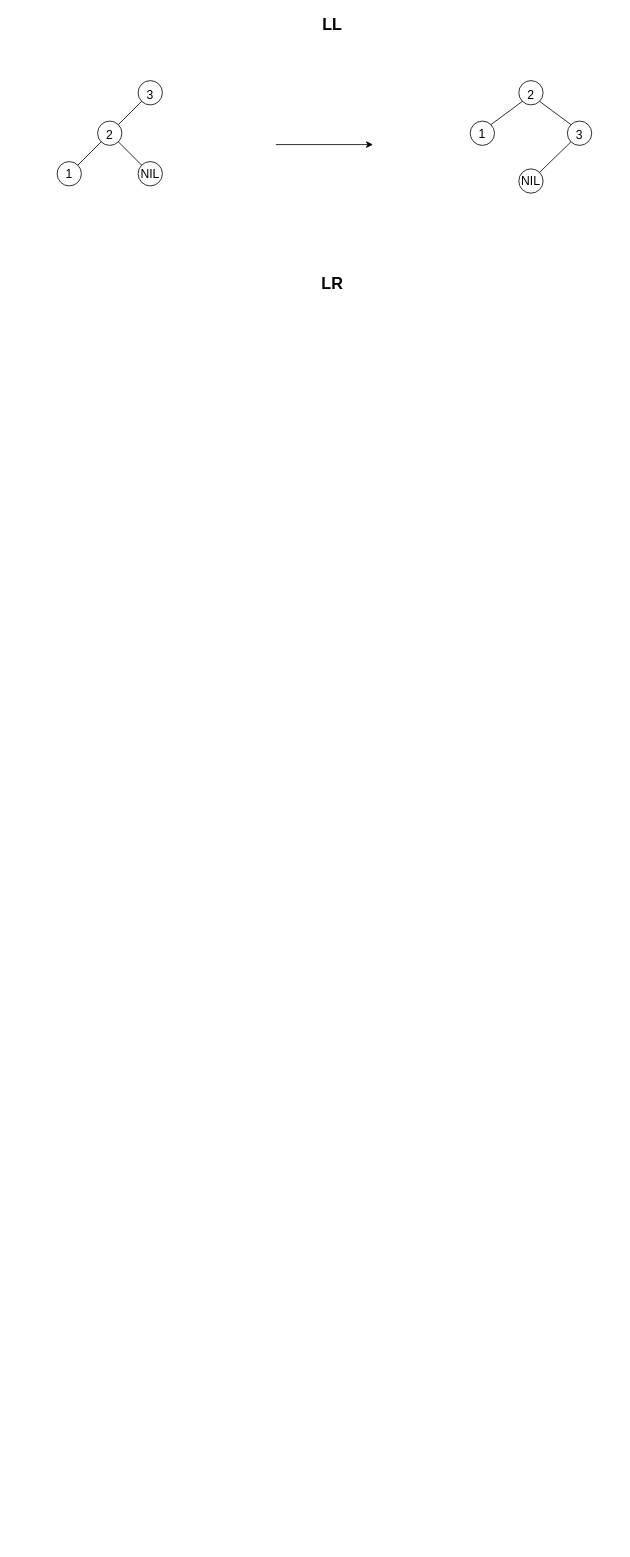
This is Tree/xml/AVL.drawio from mstao/data-structures, a draw.io file, before an edit. Source tidied: cells renumbered, new cells numbered last; positions are measured from the earlier drawing's top-left corner, leaving out a move shared by most shapes. Both pictures are drawn from the tidied source at 81%, with x=0, y=0 at pixel (57, 15).
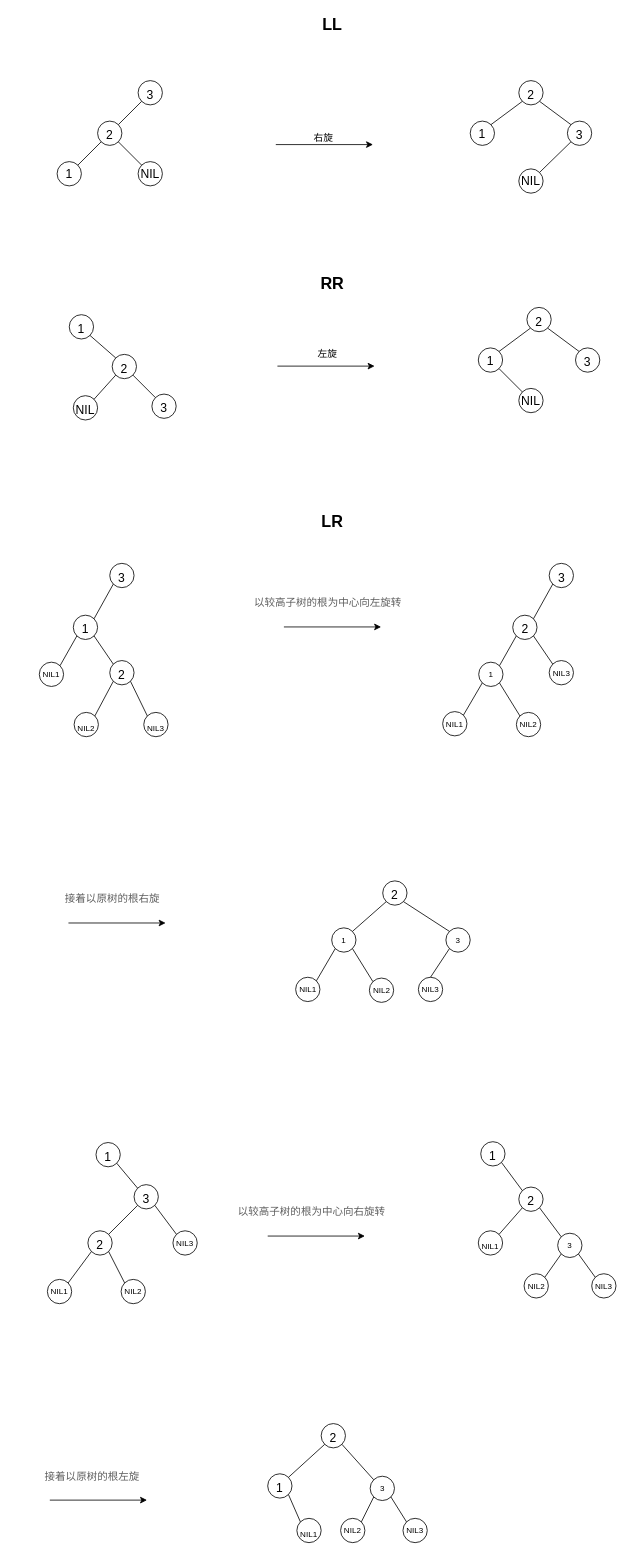
The same page after the edit.

The edit, as a diff of the source:
```diff
@@
-    <mxCell id="18" value="LR" style="text;html=1;strokeColor=none;fillColor=none;align=center;verticalAlign=middle;whiteSpace=wrap;rounded=0;fontSize=20;fontStyle=1;" parent="1" vertex="1">
+    <mxCell id="18" value="RR" style="text;html=1;strokeColor=none;fillColor=none;align=center;verticalAlign=middle;whiteSpace=wrap;rounded=0;fontSize=20;fontStyle=1;" parent="1" vertex="1">
       <mxGeometry x="320" y="320" width="40" height="20" as="geometry" />
     </mxCell>
+    <mxCell id="19" value="&lt;font style=&quot;font-size: 15px&quot;&gt;1&lt;/font&gt;" style="ellipse;whiteSpace=wrap;html=1;fontSize=20;" parent="1" vertex="1">
+      <mxGeometry x="15" y="369" width="30" height="30" as="geometry" />
+    </mxCell>
+    <mxCell id="20" value="&lt;font style=&quot;font-size: 15px&quot;&gt;2&lt;/font&gt;" style="ellipse;whiteSpace=wrap;html=1;fontSize=20;" parent="1" vertex="1">
+      <mxGeometry x="68" y="418" width="30" height="30" as="geometry" />
+    </mxCell>
+    <mxCell id="21" value="&lt;span style=&quot;font-size: 15px&quot;&gt;3&lt;/span&gt;" style="ellipse;whiteSpace=wrap;html=1;fontSize=20;" parent="1" vertex="1">
+      <mxGeometry x="117" y="467" width="30" height="30" as="geometry" />
+    </mxCell>
+    <mxCell id="22" style="endArrow=none;html=1;exitX=1;exitY=1;exitDx=0;exitDy=0;entryX=0;entryY=0;entryDx=0;entryDy=0;" parent="1" edge="1" source="19" target="20">
+      <mxGeometry relative="1" as="geometry" />
+    </mxCell>
+    <mxCell id="23" style="endArrow=none;html=1;exitX=1;exitY=1;exitDx=0;exitDy=0;entryX=0;entryY=0;entryDx=0;entryDy=0;" parent="1" edge="1" source="20" target="21">
+      <mxGeometry relative="1" as="geometry" />
+    </mxCell>
+    <mxCell id="24" value="&lt;font style=&quot;font-size: 15px&quot;&gt;NIL&lt;/font&gt;" style="ellipse;whiteSpace=wrap;html=1;fontSize=20;" parent="1" vertex="1">
+      <mxGeometry x="20" y="469" width="30" height="30" as="geometry" />
+    </mxCell>
+    <mxCell id="25" style="endArrow=none;html=1;exitX=0;exitY=1;exitDx=0;exitDy=0;entryX=1;entryY=0;entryDx=0;entryDy=0;" parent="1" edge="1" source="20" target="24">
+      <mxGeometry relative="1" as="geometry" />
+    </mxCell>
+    <mxCell id="26" style="endArrow=classic;html=1;fontSize=20;" parent="1" edge="1">
+      <mxGeometry relative="1" as="geometry">
+        <mxPoint x="272" y="432.5" as="sourcePoint" />
+        <mxPoint x="392" y="432.5" as="targetPoint" />
+      </mxGeometry>
+    </mxCell>
+    <mxCell id="27" value="&lt;font style=&quot;font-size: 15px&quot;&gt;2&lt;/font&gt;" style="ellipse;whiteSpace=wrap;html=1;fontSize=20;" parent="1" vertex="1">
+      <mxGeometry x="580" y="360" width="30" height="30" as="geometry" />
+    </mxCell>
+    <mxCell id="28" value="1" style="ellipse;whiteSpace=wrap;html=1;fontSize=15;" parent="1" vertex="1">
+      <mxGeometry x="520" y="410" width="30" height="30" as="geometry" />
+    </mxCell>
+    <mxCell id="29" value="&lt;font style=&quot;font-size: 15px&quot;&gt;3&lt;/font&gt;" style="ellipse;whiteSpace=wrap;html=1;fontSize=20;" parent="1" vertex="1">
+      <mxGeometry x="640" y="410" width="30" height="30" as="geometry" />
+    </mxCell>
+    <mxCell id="30" value="NIL" style="ellipse;whiteSpace=wrap;html=1;fontSize=15;" parent="1" vertex="1">
+      <mxGeometry x="570" y="460" width="30" height="30" as="geometry" />
+    </mxCell>
+    <mxCell id="31" style="endArrow=none;html=1;fontSize=15;exitX=0;exitY=1;exitDx=0;exitDy=0;entryX=1;entryY=0;entryDx=0;entryDy=0;" parent="1" edge="1" source="27" target="28">
+      <mxGeometry relative="1" as="geometry" />
+    </mxCell>
+    <mxCell id="32" style="endArrow=none;html=1;fontSize=15;exitX=1;exitY=1;exitDx=0;exitDy=0;entryX=0;entryY=0;entryDx=0;entryDy=0;" parent="1" edge="1" source="27" target="29">
+      <mxGeometry relative="1" as="geometry" />
+    </mxCell>
+    <mxCell id="33" style="endArrow=none;html=1;fontSize=15;exitX=1;exitY=1;exitDx=0;exitDy=0;entryX=0;entryY=0;entryDx=0;entryDy=0;" parent="1" edge="1" source="28" target="30">
+      <mxGeometry relative="1" as="geometry" />
+    </mxCell>
+    <mxCell id="34" value="LR" style="text;html=1;strokeColor=none;fillColor=none;align=center;verticalAlign=middle;whiteSpace=wrap;rounded=0;fontSize=20;fontStyle=1;" parent="1" vertex="1">
+      <mxGeometry x="320" y="614" width="40" height="20" as="geometry" />
+    </mxCell>
+    <mxCell id="35" value="&lt;font style=&quot;font-size: 15px&quot;&gt;3&lt;/font&gt;" style="ellipse;whiteSpace=wrap;html=1;fontSize=20;" parent="1" vertex="1">
+      <mxGeometry x="65" y="676" width="30" height="30" as="geometry" />
+    </mxCell>
+    <mxCell id="36" value="&lt;font style=&quot;font-size: 15px&quot;&gt;1&lt;/font&gt;" style="ellipse;whiteSpace=wrap;html=1;fontSize=20;" parent="1" vertex="1">
+      <mxGeometry x="20" y="740" width="30" height="30" as="geometry" />
+    </mxCell>
+    <mxCell id="37" value="&lt;font style=&quot;font-size: 15px&quot;&gt;2&lt;/font&gt;" style="ellipse;whiteSpace=wrap;html=1;fontSize=20;" parent="1" vertex="1">
+      <mxGeometry x="65" y="796" width="30" height="30" as="geometry" />
+    </mxCell>
+    <mxCell id="38" style="endArrow=none;html=1;exitX=1;exitY=0;exitDx=0;exitDy=0;entryX=0;entryY=1;entryDx=0;entryDy=0;" parent="1" edge="1" source="36" target="35">
+      <mxGeometry relative="1" as="geometry" />
+    </mxCell>
+    <mxCell id="39" style="endArrow=none;html=1;exitX=1;exitY=1;exitDx=0;exitDy=0;entryX=0;entryY=0;entryDx=0;entryDy=0;" parent="1" edge="1" source="36" target="37">
+      <mxGeometry relative="1" as="geometry" />
+    </mxCell>
+    <mxCell id="40" style="endArrow=classic;html=1;fontSize=20;" parent="1" edge="1">
+      <mxGeometry relative="1" as="geometry">
+        <mxPoint x="280" y="754.5" as="sourcePoint" />
+        <mxPoint x="400" y="754.5" as="targetPoint" />
+      </mxGeometry>
+    </mxCell>
+    <mxCell id="41" value="右旋" style="text;html=1;strokeColor=none;fillColor=none;align=center;verticalAlign=middle;whiteSpace=wrap;rounded=0;" parent="1" vertex="1">
+      <mxGeometry x="309" y="141" width="40" height="20" as="geometry" />
+    </mxCell>
+    <mxCell id="42" value="左旋" style="text;html=1;strokeColor=none;fillColor=none;align=center;verticalAlign=middle;whiteSpace=wrap;rounded=0;" parent="1" vertex="1">
+      <mxGeometry x="314" y="408" width="40" height="20" as="geometry" />
+    </mxCell>
+    <mxCell id="43" value="&lt;span style=&quot;font-size: 10px;&quot;&gt;NIL1&lt;/span&gt;" style="ellipse;whiteSpace=wrap;html=1;fontSize=10;" parent="1" vertex="1">
+      <mxGeometry x="-22" y="798" width="30" height="30" as="geometry" />
+    </mxCell>
+    <mxCell id="44" style="endArrow=none;html=1;exitX=0;exitY=1;exitDx=0;exitDy=0;entryX=1;entryY=0;entryDx=0;entryDy=0;" parent="1" edge="1" source="36" target="43">
+      <mxGeometry relative="1" as="geometry" />
+    </mxCell>
+    <mxCell id="45" value="&lt;font style=&quot;font-size: 10px&quot;&gt;NIL2&lt;/font&gt;" style="ellipse;whiteSpace=wrap;html=1;fontSize=20;" parent="1" vertex="1">
+      <mxGeometry x="21" y="860" width="30" height="30" as="geometry" />
+    </mxCell>
+    <mxCell id="46" value="&lt;font style=&quot;font-size: 10px&quot;&gt;NIL3&lt;/font&gt;" style="ellipse;whiteSpace=wrap;html=1;fontSize=20;" parent="1" vertex="1">
+      <mxGeometry x="107" y="860" width="30" height="30" as="geometry" />
+    </mxCell>
+    <mxCell id="47" style="endArrow=none;html=1;fontSize=10;exitX=0;exitY=1;exitDx=0;exitDy=0;entryX=1;entryY=0;entryDx=0;entryDy=0;" parent="1" edge="1" source="37" target="45">
+      <mxGeometry relative="1" as="geometry" />
+    </mxCell>
+    <mxCell id="48" style="endArrow=none;html=1;fontSize=10;exitX=1;exitY=1;exitDx=0;exitDy=0;entryX=0;entryY=0;entryDx=0;entryDy=0;" parent="1" edge="1" source="37" target="46">
+      <mxGeometry relative="1" as="geometry" />
+    </mxCell>
+    <mxCell id="49" value="&lt;span style=&quot;color: rgb(94 , 94 , 94) ; font-family: &amp;#34;verdana&amp;#34; , &amp;#34;helvetica&amp;#34; , &amp;#34;arial&amp;#34; ; font-size: 13px ; text-align: justify ; background-color: rgb(255 , 255 , 255)&quot;&gt;以较高子树的根为中心向左旋转&lt;/span&gt;" style="text;html=1;strokeColor=none;fillColor=none;align=center;verticalAlign=middle;whiteSpace=wrap;rounded=0;fontSize=10;" parent="1" vertex="1">
+      <mxGeometry x="237.5" y="706" width="193" height="36" as="geometry" />
+    </mxCell>
+    <mxCell id="50" value="&lt;font style=&quot;font-size: 15px&quot;&gt;3&lt;/font&gt;" style="ellipse;whiteSpace=wrap;html=1;fontSize=20;" parent="1" vertex="1">
+      <mxGeometry x="607.5" y="676" width="30" height="30" as="geometry" />
+    </mxCell>
+    <mxCell id="51" value="&lt;font style=&quot;font-size: 15px&quot;&gt;2&lt;/font&gt;" style="ellipse;whiteSpace=wrap;html=1;fontSize=20;" parent="1" vertex="1">
+      <mxGeometry x="562.5" y="740" width="30" height="30" as="geometry" />
+    </mxCell>
+    <mxCell id="52" value="&lt;span style=&quot;font-size: 10px;&quot;&gt;NIL3&lt;/span&gt;" style="ellipse;whiteSpace=wrap;html=1;fontSize=10;" parent="1" vertex="1">
+      <mxGeometry x="607.5" y="796" width="30" height="30" as="geometry" />
+    </mxCell>
+    <mxCell id="53" style="endArrow=none;html=1;exitX=1;exitY=0;exitDx=0;exitDy=0;entryX=0;entryY=1;entryDx=0;entryDy=0;" parent="1" edge="1" source="51" target="50">
+      <mxGeometry relative="1" as="geometry" />
+    </mxCell>
+    <mxCell id="54" style="endArrow=none;html=1;exitX=1;exitY=1;exitDx=0;exitDy=0;entryX=0;entryY=0;entryDx=0;entryDy=0;" parent="1" edge="1" source="51" target="52">
+      <mxGeometry relative="1" as="geometry" />
+    </mxCell>
+    <mxCell id="55" value="&lt;span style=&quot;font-size: 10px&quot;&gt;1&lt;/span&gt;" style="ellipse;whiteSpace=wrap;html=1;fontSize=10;" parent="1" vertex="1">
+      <mxGeometry x="520.5" y="798" width="30" height="30" as="geometry" />
+    </mxCell>
+    <mxCell id="56" style="endArrow=none;html=1;exitX=0;exitY=1;exitDx=0;exitDy=0;entryX=1;entryY=0;entryDx=0;entryDy=0;" parent="1" edge="1" source="51" target="55">
+      <mxGeometry relative="1" as="geometry" />
+    </mxCell>
+    <mxCell id="57" value="&lt;span style=&quot;font-size: 10px;&quot;&gt;NIL1&lt;/span&gt;" style="ellipse;whiteSpace=wrap;html=1;fontSize=10;" parent="1" vertex="1">
+      <mxGeometry x="476" y="859" width="30" height="30" as="geometry" />
+    </mxCell>
+    <mxCell id="58" value="NIL2" style="ellipse;whiteSpace=wrap;html=1;fontSize=10;" parent="1" vertex="1">
+      <mxGeometry x="567" y="860" width="30" height="30" as="geometry" />
+    </mxCell>
+    <mxCell id="59" style="endArrow=none;html=1;fontSize=10;exitX=0;exitY=1;exitDx=0;exitDy=0;entryX=1;entryY=0;entryDx=0;entryDy=0;" parent="1" edge="1" source="55" target="57">
+      <mxGeometry relative="1" as="geometry" />
+    </mxCell>
+    <mxCell id="60" style="endArrow=none;html=1;fontSize=10;exitX=1;exitY=1;exitDx=0;exitDy=0;entryX=0;entryY=0;entryDx=0;entryDy=0;" parent="1" edge="1" source="55" target="58">
+      <mxGeometry relative="1" as="geometry" />
+    </mxCell>
+    <mxCell id="61" value="&lt;font style=&quot;font-size: 15px&quot;&gt;2&lt;/font&gt;" style="ellipse;whiteSpace=wrap;html=1;fontSize=20;" parent="1" vertex="1">
+      <mxGeometry x="402" y="1068" width="30" height="30" as="geometry" />
+    </mxCell>
+    <mxCell id="62" value="&lt;span style=&quot;font-size: 10px&quot;&gt;3&lt;/span&gt;" style="ellipse;whiteSpace=wrap;html=1;fontSize=10;" parent="1" vertex="1">
+      <mxGeometry x="480" y="1126" width="30" height="30" as="geometry" />
+    </mxCell>
+    <mxCell id="63" style="endArrow=none;html=1;exitX=1;exitY=1;exitDx=0;exitDy=0;entryX=0;entryY=0;entryDx=0;entryDy=0;" parent="1" edge="1" source="61" target="62">
+      <mxGeometry relative="1" as="geometry" />
+    </mxCell>
+    <mxCell id="64" value="&lt;span style=&quot;font-size: 10px&quot;&gt;1&lt;/span&gt;" style="ellipse;whiteSpace=wrap;html=1;fontSize=10;" parent="1" vertex="1">
+      <mxGeometry x="339" y="1126" width="30" height="30" as="geometry" />
+    </mxCell>
+    <mxCell id="65" style="endArrow=none;html=1;exitX=0;exitY=1;exitDx=0;exitDy=0;entryX=1;entryY=0;entryDx=0;entryDy=0;" parent="1" edge="1" source="61" target="64">
+      <mxGeometry relative="1" as="geometry" />
+    </mxCell>
+    <mxCell id="66" value="&lt;span style=&quot;font-size: 10px;&quot;&gt;NIL1&lt;/span&gt;" style="ellipse;whiteSpace=wrap;html=1;fontSize=10;" parent="1" vertex="1">
+      <mxGeometry x="294.5" y="1187" width="30" height="30" as="geometry" />
+    </mxCell>
+    <mxCell id="67" value="NIL2" style="ellipse;whiteSpace=wrap;html=1;fontSize=10;" parent="1" vertex="1">
+      <mxGeometry x="385.5" y="1188" width="30" height="30" as="geometry" />
+    </mxCell>
+    <mxCell id="68" style="endArrow=none;html=1;fontSize=10;exitX=0;exitY=1;exitDx=0;exitDy=0;entryX=1;entryY=0;entryDx=0;entryDy=0;" parent="1" edge="1" source="64" target="66">
+      <mxGeometry relative="1" as="geometry" />
+    </mxCell>
+    <mxCell id="69" style="endArrow=none;html=1;fontSize=10;exitX=1;exitY=1;exitDx=0;exitDy=0;entryX=0;entryY=0;entryDx=0;entryDy=0;" parent="1" edge="1" source="64" target="67">
+      <mxGeometry relative="1" as="geometry" />
+    </mxCell>
+    <mxCell id="70" style="endArrow=classic;html=1;fontSize=20;" parent="1" edge="1">
+      <mxGeometry relative="1" as="geometry">
+        <mxPoint x="14" y="1120" as="sourcePoint" />
+        <mxPoint x="134" y="1120" as="targetPoint" />
+      </mxGeometry>
+    </mxCell>
+    <mxCell id="71" value="&lt;font color=&quot;#5e5e5e&quot; face=&quot;verdana, helvetica, arial&quot;&gt;&lt;span style=&quot;font-size: 13px ; background-color: rgb(255 , 255 , 255)&quot;&gt;接着以原树的根右旋&lt;/span&gt;&lt;/font&gt;" style="text;html=1;strokeColor=none;fillColor=none;align=center;verticalAlign=middle;whiteSpace=wrap;rounded=0;fontSize=10;" parent="1" vertex="1">
+      <mxGeometry x="-28.5" y="1071.5" width="193" height="36" as="geometry" />
+    </mxCell>
+    <mxCell id="72" value="NIL3" style="ellipse;whiteSpace=wrap;html=1;fontSize=10;" parent="1" vertex="1">
+      <mxGeometry x="446" y="1187" width="30" height="30" as="geometry" />
+    </mxCell>
+    <mxCell id="73" style="endArrow=none;html=1;fontSize=10;exitX=0;exitY=1;exitDx=0;exitDy=0;entryX=0.5;entryY=0;entryDx=0;entryDy=0;" parent="1" edge="1" source="62" target="72">
+      <mxGeometry relative="1" as="geometry" />
+    </mxCell>
+    <mxCell id="74" value="&lt;font style=&quot;font-size: 15px&quot;&gt;1&lt;/font&gt;" style="ellipse;whiteSpace=wrap;html=1;fontSize=20;" parent="1" vertex="1">
+      <mxGeometry x="48" y="1391" width="30" height="30" as="geometry" />
+    </mxCell>
+    <mxCell id="75" value="&lt;font style=&quot;font-size: 15px&quot;&gt;3&lt;/font&gt;" style="ellipse;whiteSpace=wrap;html=1;fontSize=20;" parent="1" vertex="1">
+      <mxGeometry x="95" y="1443" width="30" height="30" as="geometry" />
+    </mxCell>
+    <mxCell id="76" value="&lt;font style=&quot;font-size: 15px&quot;&gt;2&lt;/font&gt;" style="ellipse;whiteSpace=wrap;html=1;fontSize=20;" parent="1" vertex="1">
+      <mxGeometry x="38" y="1500" width="30" height="30" as="geometry" />
+    </mxCell>
+    <mxCell id="77" style="endArrow=none;html=1;fontSize=10;exitX=1;exitY=1;exitDx=0;exitDy=0;entryX=0;entryY=0;entryDx=0;entryDy=0;" parent="1" edge="1" source="74" target="75">
+      <mxGeometry relative="1" as="geometry" />
+    </mxCell>
+    <mxCell id="78" style="endArrow=none;html=1;fontSize=10;exitX=0;exitY=1;exitDx=0;exitDy=0;entryX=1;entryY=0;entryDx=0;entryDy=0;" parent="1" edge="1" source="75" target="76">
+      <mxGeometry relative="1" as="geometry" />
+    </mxCell>
+    <mxCell id="79" value="&lt;span style=&quot;font-size: 10px&quot;&gt;NIL3&lt;/span&gt;" style="ellipse;whiteSpace=wrap;html=1;fontSize=10;" parent="1" vertex="1">
+      <mxGeometry x="143" y="1500" width="30" height="30" as="geometry" />
+    </mxCell>
+    <mxCell id="80" style="endArrow=none;html=1;fontSize=10;exitX=1;exitY=1;exitDx=0;exitDy=0;entryX=0;entryY=0;entryDx=0;entryDy=0;" parent="1" edge="1" source="75" target="79">
+      <mxGeometry relative="1" as="geometry" />
+    </mxCell>
+    <mxCell id="81" value="&lt;span style=&quot;font-size: 10px;&quot;&gt;NIL1&lt;/span&gt;" style="ellipse;whiteSpace=wrap;html=1;fontSize=10;" parent="1" vertex="1">
+      <mxGeometry x="-12" y="1560" width="30" height="30" as="geometry" />
+    </mxCell>
+    <mxCell id="82" value="&lt;span style=&quot;font-size: 10px&quot;&gt;NIL2&lt;/span&gt;" style="ellipse;whiteSpace=wrap;html=1;fontSize=10;" parent="1" vertex="1">
+      <mxGeometry x="79" y="1560" width="30" height="30" as="geometry" />
+    </mxCell>
+    <mxCell id="83" style="endArrow=none;html=1;fontSize=10;entryX=0;entryY=1;entryDx=0;entryDy=0;exitX=1;exitY=0;exitDx=0;exitDy=0;" parent="1" edge="1" source="81" target="76">
+      <mxGeometry relative="1" as="geometry" />
+    </mxCell>
+    <mxCell id="84" style="endArrow=none;html=1;fontSize=10;exitX=1;exitY=1;exitDx=0;exitDy=0;entryX=0;entryY=0;entryDx=0;entryDy=0;" parent="1" edge="1" source="76" target="82">
+      <mxGeometry relative="1" as="geometry" />
+    </mxCell>
+    <mxCell id="85" value="&lt;font style=&quot;font-size: 15px&quot;&gt;1&lt;/font&gt;" style="ellipse;whiteSpace=wrap;html=1;fontSize=20;" parent="1" vertex="1">
+      <mxGeometry x="523" y="1390" width="30" height="30" as="geometry" />
+    </mxCell>
+    <mxCell id="86" value="&lt;span style=&quot;font-size: 15px&quot;&gt;2&lt;/span&gt;" style="ellipse;whiteSpace=wrap;html=1;fontSize=20;" parent="1" vertex="1">
+      <mxGeometry x="570" y="1446" width="30" height="30" as="geometry" />
+    </mxCell>
+    <mxCell id="87" value="&lt;span style=&quot;font-size: 10px&quot;&gt;NIL1&lt;/span&gt;" style="ellipse;whiteSpace=wrap;html=1;fontSize=20;" parent="1" vertex="1">
+      <mxGeometry x="520" y="1500" width="30" height="30" as="geometry" />
+    </mxCell>
+    <mxCell id="88" style="endArrow=none;html=1;fontSize=10;exitX=1;exitY=1;exitDx=0;exitDy=0;entryX=0;entryY=0;entryDx=0;entryDy=0;" parent="1" edge="1" source="85" target="86">
+      <mxGeometry relative="1" as="geometry" />
+    </mxCell>
+    <mxCell id="89" style="endArrow=none;html=1;fontSize=10;exitX=0;exitY=1;exitDx=0;exitDy=0;entryX=1;entryY=0;entryDx=0;entryDy=0;" parent="1" edge="1" source="86" target="87">
+      <mxGeometry relative="1" as="geometry" />
+    </mxCell>
+    <mxCell id="90" value="&lt;span style=&quot;font-size: 10px&quot;&gt;3&lt;/span&gt;" style="ellipse;whiteSpace=wrap;html=1;fontSize=10;" parent="1" vertex="1">
+      <mxGeometry x="618" y="1503" width="30" height="30" as="geometry" />
+    </mxCell>
+    <mxCell id="91" style="endArrow=none;html=1;fontSize=10;exitX=1;exitY=1;exitDx=0;exitDy=0;entryX=0;entryY=0;entryDx=0;entryDy=0;" parent="1" edge="1" source="86" target="90">
+      <mxGeometry relative="1" as="geometry" />
+    </mxCell>
+    <mxCell id="92" value="&lt;span style=&quot;font-size: 10px&quot;&gt;NIL2&lt;/span&gt;" style="ellipse;whiteSpace=wrap;html=1;fontSize=10;" parent="1" vertex="1">
+      <mxGeometry x="576.5" y="1553" width="30" height="30" as="geometry" />
+    </mxCell>
+    <mxCell id="93" style="endArrow=none;html=1;fontSize=10;exitX=0;exitY=1;exitDx=0;exitDy=0;entryX=1;entryY=0;entryDx=0;entryDy=0;" parent="1" edge="1" source="90" target="92">
+      <mxGeometry relative="1" as="geometry" />
+    </mxCell>
+    <mxCell id="94" style="endArrow=classic;html=1;fontSize=20;" parent="1" edge="1">
+      <mxGeometry relative="1" as="geometry">
+        <mxPoint x="260" y="1506.5" as="sourcePoint" />
+        <mxPoint x="380" y="1506.5" as="targetPoint" />
+      </mxGeometry>
+    </mxCell>
+    <mxCell id="95" value="&lt;span style=&quot;color: rgb(94 , 94 , 94) ; font-family: &amp;#34;verdana&amp;#34; , &amp;#34;helvetica&amp;#34; , &amp;#34;arial&amp;#34; ; font-size: 13px ; text-align: justify ; background-color: rgb(255 , 255 , 255)&quot;&gt;以较高子树的根为中心向右旋转&lt;/span&gt;" style="text;html=1;strokeColor=none;fillColor=none;align=center;verticalAlign=middle;whiteSpace=wrap;rounded=0;fontSize=10;" parent="1" vertex="1">
+      <mxGeometry x="217.5" y="1458" width="193" height="36" as="geometry" />
+    </mxCell>
+    <mxCell id="96" value="&lt;span style=&quot;font-size: 10px&quot;&gt;NIL3&lt;/span&gt;" style="ellipse;whiteSpace=wrap;html=1;fontSize=10;" parent="1" vertex="1">
+      <mxGeometry x="660" y="1553" width="30" height="30" as="geometry" />
+    </mxCell>
+    <mxCell id="97" style="endArrow=none;html=1;fontSize=10;exitX=1;exitY=1;exitDx=0;exitDy=0;entryX=0;entryY=0;entryDx=0;entryDy=0;" parent="1" edge="1" source="90" target="96">
+      <mxGeometry relative="1" as="geometry" />
+    </mxCell>
+    <mxCell id="98" value="&lt;font style=&quot;font-size: 15px&quot;&gt;2&lt;/font&gt;" style="ellipse;whiteSpace=wrap;html=1;fontSize=20;" parent="1" vertex="1">
+      <mxGeometry x="326" y="1738" width="30" height="30" as="geometry" />
+    </mxCell>
+    <mxCell id="99" value="&lt;span style=&quot;font-size: 10px&quot;&gt;3&lt;/span&gt;" style="ellipse;whiteSpace=wrap;html=1;fontSize=10;" parent="1" vertex="1">
+      <mxGeometry x="386.5" y="1803" width="30" height="30" as="geometry" />
+    </mxCell>
+    <mxCell id="100" style="endArrow=none;html=1;fontSize=10;exitX=1;exitY=1;exitDx=0;exitDy=0;entryX=0;entryY=0;entryDx=0;entryDy=0;" parent="1" edge="1" source="98" target="99">
+      <mxGeometry relative="1" as="geometry" />
+    </mxCell>
+    <mxCell id="101" value="&lt;span style=&quot;font-size: 10px&quot;&gt;NIL2&lt;/span&gt;" style="ellipse;whiteSpace=wrap;html=1;fontSize=10;" parent="1" vertex="1">
+      <mxGeometry x="350" y="1855" width="30" height="30" as="geometry" />
+    </mxCell>
+    <mxCell id="102" style="endArrow=none;html=1;fontSize=10;exitX=0;exitY=1;exitDx=0;exitDy=0;entryX=1;entryY=0;entryDx=0;entryDy=0;" parent="1" edge="1" source="99" target="101">
+      <mxGeometry relative="1" as="geometry" />
+    </mxCell>
+    <mxCell id="103" value="&lt;span style=&quot;font-size: 10px&quot;&gt;NIL3&lt;/span&gt;" style="ellipse;whiteSpace=wrap;html=1;fontSize=10;" parent="1" vertex="1">
+      <mxGeometry x="427" y="1855" width="30" height="30" as="geometry" />
+    </mxCell>
+    <mxCell id="104" style="endArrow=none;html=1;fontSize=10;exitX=1;exitY=1;exitDx=0;exitDy=0;entryX=0;entryY=0;entryDx=0;entryDy=0;" parent="1" edge="1" source="99" target="103">
+      <mxGeometry relative="1" as="geometry" />
+    </mxCell>
+    <mxCell id="105" style="endArrow=classic;html=1;fontSize=20;" parent="1" edge="1">
+      <mxGeometry relative="1" as="geometry">
+        <mxPoint x="-9" y="1832.5" as="sourcePoint" />
+        <mxPoint x="111" y="1832.5" as="targetPoint" />
+      </mxGeometry>
+    </mxCell>
+    <mxCell id="106" value="&lt;font color=&quot;#5e5e5e&quot; face=&quot;verdana, helvetica, arial&quot;&gt;&lt;span style=&quot;font-size: 13px ; background-color: rgb(255 , 255 , 255)&quot;&gt;接着以原树的根左旋&lt;/span&gt;&lt;/font&gt;" style="text;html=1;strokeColor=none;fillColor=none;align=center;verticalAlign=middle;whiteSpace=wrap;rounded=0;fontSize=10;" parent="1" vertex="1">
+      <mxGeometry x="-53" y="1785" width="193" height="36" as="geometry" />
+    </mxCell>
+    <mxCell id="107" value="&lt;span style=&quot;font-size: 15px&quot;&gt;1&lt;/span&gt;" style="ellipse;whiteSpace=wrap;html=1;fontSize=20;" parent="1" vertex="1">
+      <mxGeometry x="260" y="1800" width="30" height="30" as="geometry" />
+    </mxCell>
+    <mxCell id="108" value="&lt;span style=&quot;font-size: 10px&quot;&gt;NIL1&lt;/span&gt;" style="ellipse;whiteSpace=wrap;html=1;fontSize=20;" parent="1" vertex="1">
+      <mxGeometry x="296" y="1855" width="30" height="30" as="geometry" />
+    </mxCell>
+    <mxCell id="109" style="endArrow=none;html=1;fontSize=10;exitX=0;exitY=1;exitDx=0;exitDy=0;entryX=1;entryY=0;entryDx=0;entryDy=0;" parent="1" edge="1" source="98" target="107">
+      <mxGeometry relative="1" as="geometry" />
+    </mxCell>
+    <mxCell id="110" style="endArrow=none;html=1;fontSize=10;exitX=1;exitY=1;exitDx=0;exitDy=0;entryX=0;entryY=0;entryDx=0;entryDy=0;" parent="1" edge="1" source="107" target="108">
+      <mxGeometry relative="1" as="geometry" />
+    </mxCell>
```
